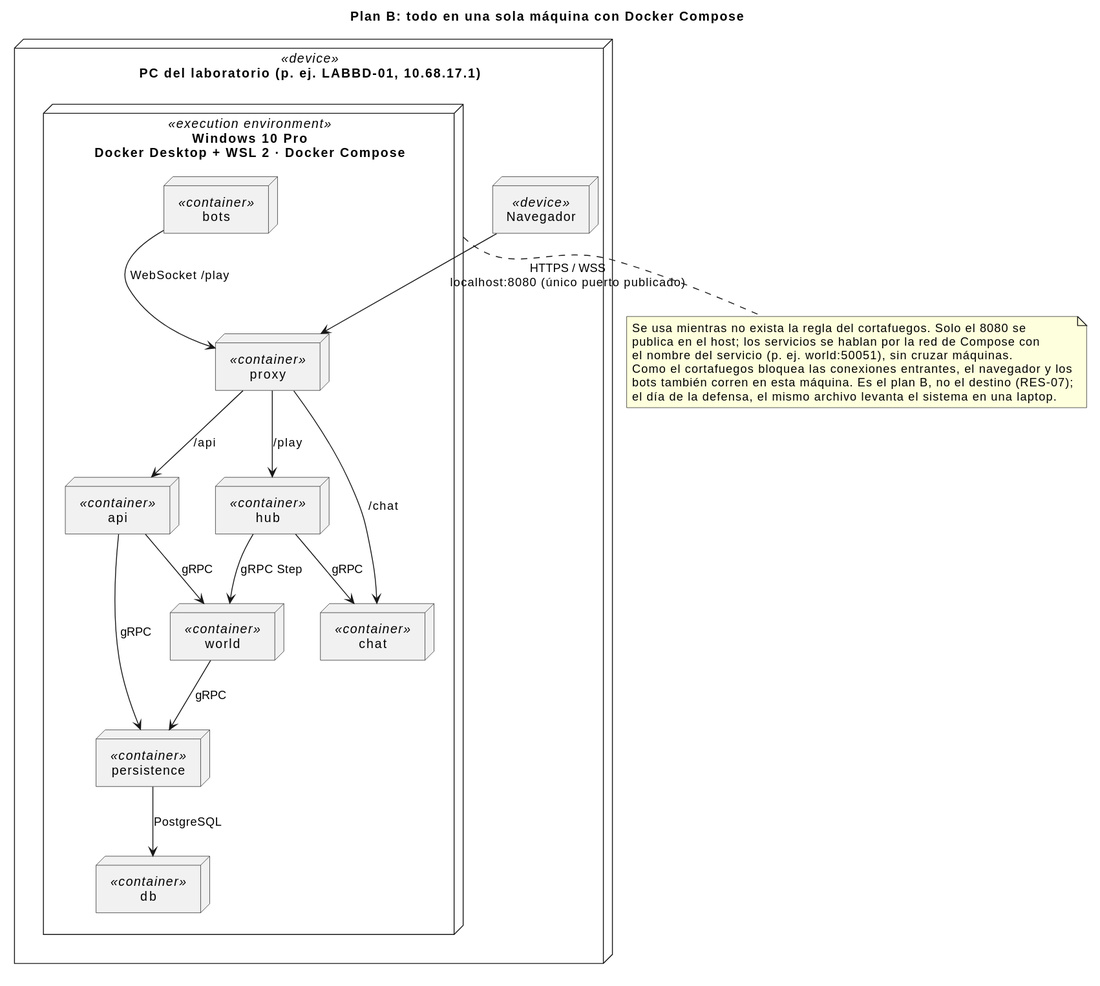
Earlier version of the PlantUML export docs/diagrams/08-despliegue-plan-b.svg (iadev2005/hydrovalley). The source it was exported from:
```plantuml
@startuml
title Plan B: todo en una sola máquina con Docker Compose
top to bottom direction
skinparam nodesep 40
skinparam ranksep 60

node "PC del laboratorio (p. ej. LABBD-01, 10.68.17.1)" as Pc <<device>> {
  node "Navegador" as BrowserB <<device>>
  node "Windows 10 Pro\nDocker Desktop + WSL 2 · Docker Compose" as Env <<execution environment>> {
    node "proxy" as ProxyB <<container>>
    node "api" as ApiB <<container>>
    node "hub" as HubB <<container>>
    node "chat" as ChatB <<container>>
    node "world" as WorldB <<container>>
    node "persistence" as PersistenceB <<container>>
    node "db" as DbB <<container>>
    node "bots" as BotsB <<container>>
  }
}

BrowserB --> ProxyB : HTTPS / WSS\nlocalhost:8080 (único puerto publicado)
BotsB --> ProxyB : WebSocket /play
ProxyB --> ApiB : /api
ProxyB --> HubB : /play
ProxyB --> ChatB : /chat
HubB --> WorldB : gRPC Step
HubB --> ChatB : gRPC
ApiB --> WorldB : gRPC
ApiB --> PersistenceB : gRPC
WorldB --> PersistenceB : gRPC
PersistenceB --> DbB : PostgreSQL

note bottom of Env
  Se usa mientras no exista la regla del cortafuegos. Solo el 8080 se
  publica en el host; los servicios se hablan por la red de Compose con
  el nombre del servicio (p. ej. world:50051), sin cruzar máquinas.
  Como el cortafuegos bloquea las conexiones entrantes, el navegador y los
  bots también corren en esta máquina. Es el plan B, no el destino (RES-07);
  el día de la defensa, el mismo archivo levanta el sistema en una laptop.
end note
@enduml
```
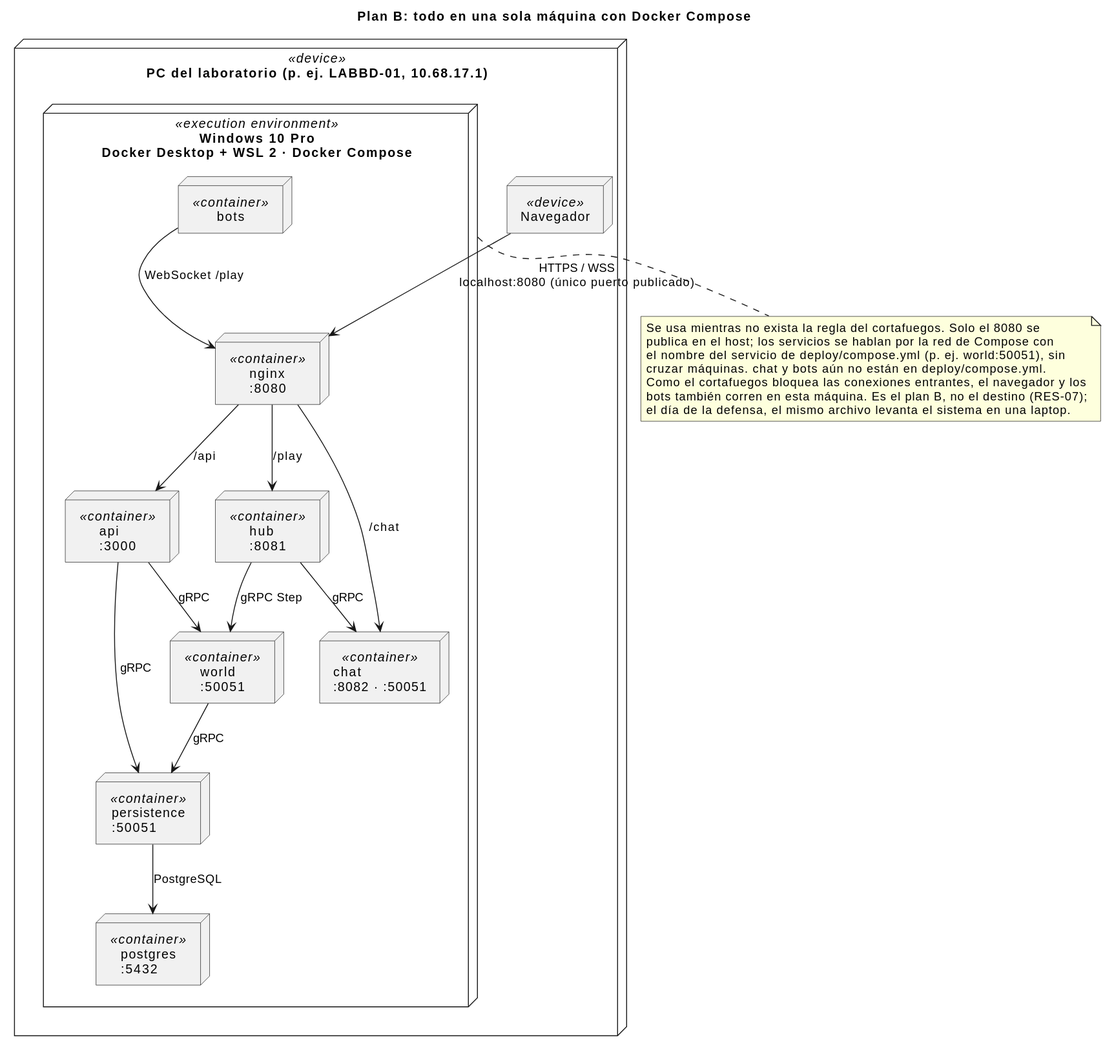
After the change.

Commit message:
docs: regenerate diagram SVGs

What changed in the source:
```diff
@@ -7,33 +7,34 @@
 node "PC del laboratorio (p. ej. LABBD-01, 10.68.17.1)" as Pc <<device>> {
   node "Navegador" as BrowserB <<device>>
   node "Windows 10 Pro\nDocker Desktop + WSL 2 · Docker Compose" as Env <<execution environment>> {
-    node "proxy" as ProxyB <<container>>
-    node "api" as ApiB <<container>>
-    node "hub" as HubB <<container>>
-    node "chat" as ChatB <<container>>
-    node "world" as WorldB <<container>>
-    node "persistence" as PersistenceB <<container>>
-    node "db" as DbB <<container>>
+    node "nginx\n:8080" as NginxB <<container>>
+    node "api\n:3000" as ApiB <<container>>
+    node "hub\n:8081" as HubB <<container>>
+    node "chat\n:8082 · :50051" as ChatB <<container>>
+    node "world\n:50051" as WorldB <<container>>
+    node "persistence\n:50051" as PersistenceB <<container>>
+    node "postgres\n:5432" as PostgresB <<container>>
     node "bots" as BotsB <<container>>
   }
 }
 
-BrowserB --> ProxyB : HTTPS / WSS\nlocalhost:8080 (único puerto publicado)
-BotsB --> ProxyB : WebSocket /play
-ProxyB --> ApiB : /api
-ProxyB --> HubB : /play
-ProxyB --> ChatB : /chat
+BrowserB --> NginxB : HTTPS / WSS\nlocalhost:8080 (único puerto publicado)
+BotsB --> NginxB : WebSocket /play
+NginxB --> ApiB : /api
+NginxB --> HubB : /play
+NginxB --> ChatB : /chat
 HubB --> WorldB : gRPC Step
 HubB --> ChatB : gRPC
 ApiB --> WorldB : gRPC
 ApiB --> PersistenceB : gRPC
 WorldB --> PersistenceB : gRPC
-PersistenceB --> DbB : PostgreSQL
+PersistenceB --> PostgresB : PostgreSQL
 
 note bottom of Env
   Se usa mientras no exista la regla del cortafuegos. Solo el 8080 se
   publica en el host; los servicios se hablan por la red de Compose con
-  el nombre del servicio (p. ej. world:50051), sin cruzar máquinas.
+  el nombre del servicio de deploy/compose.yml (p. ej. world:50051), sin
+  cruzar máquinas. chat y bots aún no están en deploy/compose.yml.
   Como el cortafuegos bloquea las conexiones entrantes, el navegador y los
   bots también corren en esta máquina. Es el plan B, no el destino (RES-07);
   el día de la defensa, el mismo archivo levanta el sistema en una laptop.
```
